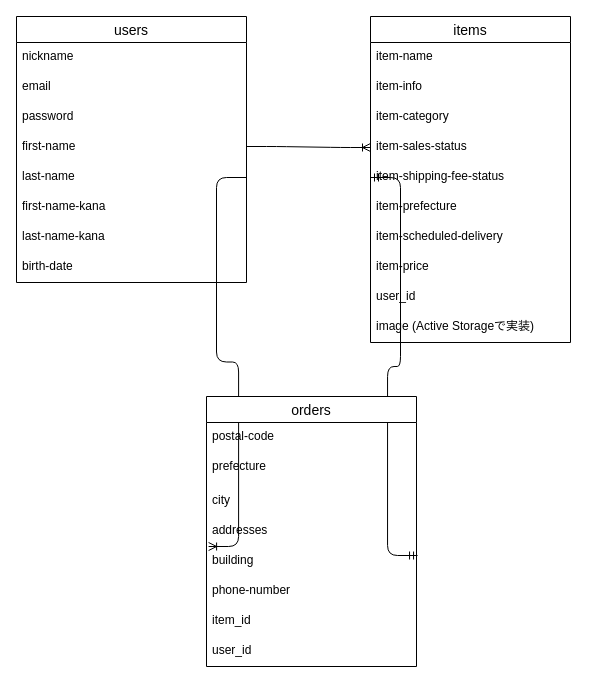
YTtech50/furima-30609 keeps this draw.io diagram as tables.dio. Above is the earlier version. Source tidied: cells renumbered, new cells numbered last; positions are measured from the earlier drawing's top-left corner, leaving out a move shared by most shapes. Both pictures are drawn from the tidied source at 100%, with x=0, y=0 at pixel (16, 16).
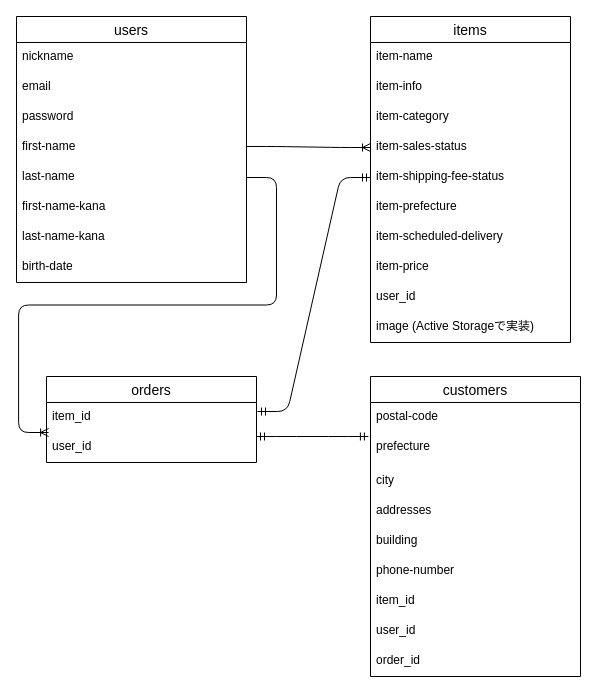
After the change.

Commit message (it also covers changes not shown here):
テーブル設計の修正

Unchanged cells that the change refers to:
```xml
<mxCell id="7" value="last-name" style="text;strokeColor=none;fillColor=none;spacingLeft=4;spacingRight=4;overflow=hidden;points=[[0,0.5],[1,0.5]];portConstraint=eastwest;fontSize=12;" parent="2" vertex="1">
  <mxGeometry y="146" width="230" height="30" as="geometry" />
</mxCell>
<mxCell id="16" value="item-shipping-fee-status" style="text;strokeColor=none;fillColor=none;spacingLeft=4;spacingRight=4;overflow=hidden;points=[[0,0.5],[1,0.5]];portConstraint=eastwest;fontSize=12;" parent="11" vertex="1">
  <mxGeometry y="146" width="200" height="30" as="geometry" />
</mxCell>
```

Change to the diagram source:
```diff
@@
-    <mxCell id="23" style="edgeStyle=entityRelationEdgeStyle;fontSize=12;html=1;endArrow=ERoneToMany;exitX=1;exitY=0.5;exitDx=0;exitDy=0;entryX=0.01;entryY=1;entryDx=0;entryDy=0;entryPerimeter=0;" parent="1" edge="1" source="7" target="29">
-      <mxGeometry relative="1" as="geometry" />
+    <mxCell id="23" style="edgeStyle=entityRelationEdgeStyle;fontSize=12;html=1;endArrow=ERoneToMany;exitX=1;exitY=0.5;exitDx=0;exitDy=0;entryX=0.01;entryY=1;entryDx=0;entryDy=0;entryPerimeter=0;" parent="1" edge="1" source="7">
+      <mxGeometry relative="1" as="geometry">
+        <mxPoint x="32.1" y="416" as="targetPoint" />
+      </mxGeometry>
     </mxCell>
-    <mxCell id="24" style="edgeStyle=entityRelationEdgeStyle;fontSize=12;html=1;endArrow=ERmandOne;startArrow=ERmandOne;entryX=0;entryY=0.5;entryDx=0;entryDy=0;exitX=1.005;exitY=0.3;exitDx=0;exitDy=0;exitPerimeter=0;" parent="1" edge="1" source="30" target="16">
-      <mxGeometry relative="1" as="geometry" />
+    <mxCell id="24" style="edgeStyle=entityRelationEdgeStyle;fontSize=12;html=1;endArrow=ERmandOne;startArrow=ERmandOne;entryX=0;entryY=0.5;entryDx=0;entryDy=0;exitX=1.005;exitY=0.3;exitDx=0;exitDy=0;exitPerimeter=0;" parent="1" edge="1" target="16">
+      <mxGeometry relative="1" as="geometry">
+        <mxPoint x="241" y="395" as="sourcePoint" />
+      </mxGeometry>
     </mxCell>
     <mxCell id="25" value="orders" style="swimlane;fontStyle=0;horizontal=1;startSize=26;align=center;fontSize=14;" parent="1" vertex="1">
-      <mxGeometry x="190" y="380" width="210" height="270" as="geometry" />
+      <mxGeometry x="30" y="360" width="210" height="86" as="geometry" />
     </mxCell>
+    <mxCell id="32" value="item_id" style="text;strokeColor=none;fillColor=none;spacingLeft=4;spacingRight=4;overflow=hidden;fontSize=12;" parent="25" vertex="1">
+      <mxGeometry y="26" width="210" height="30" as="geometry" />
+    </mxCell>
+    <mxCell id="33" value="user_id" style="text;strokeColor=none;fillColor=none;spacingLeft=4;spacingRight=4;overflow=hidden;fontSize=12;" parent="25" vertex="1">
+      <mxGeometry y="56" width="210" height="30" as="geometry" />
+    </mxCell>
+    <mxCell id="34" value="customers" style="swimlane;fontStyle=0;horizontal=1;startSize=26;align=center;fontSize=14;" parent="1" vertex="1">
+      <mxGeometry x="354" y="360" width="210" height="300" as="geometry" />
+    </mxCell>
-    <mxCell id="26" value="postal-code" style="text;strokeColor=none;fillColor=none;spacingLeft=4;spacingRight=4;overflow=hidden;fontSize=12;" parent="25" vertex="1">
+    <mxCell id="26" value="postal-code" style="text;strokeColor=none;fillColor=none;spacingLeft=4;spacingRight=4;overflow=hidden;fontSize=12;" parent="34" vertex="1">
       <mxGeometry y="26" width="210" height="30" as="geometry" />
     </mxCell>
-    <mxCell id="27" value="prefecture" style="text;strokeColor=none;fillColor=none;spacingLeft=4;spacingRight=4;overflow=hidden;points=[[0,0.5],[1,0.5]];portConstraint=eastwest;fontSize=12;" parent="25" vertex="1">
+    <mxCell id="27" value="prefecture" style="text;strokeColor=none;fillColor=none;spacingLeft=4;spacingRight=4;overflow=hidden;points=[[0,0.5],[1,0.5]];portConstraint=eastwest;fontSize=12;" parent="34" vertex="1">
       <mxGeometry y="56" width="210" height="34" as="geometry" />
     </mxCell>
-    <mxCell id="28" value="city" style="text;strokeColor=none;fillColor=none;spacingLeft=4;spacingRight=4;overflow=hidden;fontSize=12;" parent="25" vertex="1">
+    <mxCell id="28" value="city" style="text;strokeColor=none;fillColor=none;spacingLeft=4;spacingRight=4;overflow=hidden;fontSize=12;" parent="34" vertex="1">
       <mxGeometry y="90" width="210" height="30" as="geometry" />
     </mxCell>
-    <mxCell id="29" value="addresses" style="text;strokeColor=none;fillColor=none;spacingLeft=4;spacingRight=4;overflow=hidden;points=[[0,0.5],[1,0.5]];portConstraint=eastwest;fontSize=12;" parent="25" vertex="1">
+    <mxCell id="29" value="addresses" style="text;strokeColor=none;fillColor=none;spacingLeft=4;spacingRight=4;overflow=hidden;points=[[0,0.5],[1,0.5]];portConstraint=eastwest;fontSize=12;" parent="34" vertex="1">
       <mxGeometry y="120" width="210" height="30" as="geometry" />
     </mxCell>
-    <mxCell id="30" value="building" style="text;strokeColor=none;fillColor=none;spacingLeft=4;spacingRight=4;overflow=hidden;points=[[0,0.5],[1,0.5]];portConstraint=eastwest;fontSize=12;" parent="25" vertex="1">
+    <mxCell id="30" value="building" style="text;strokeColor=none;fillColor=none;spacingLeft=4;spacingRight=4;overflow=hidden;points=[[0,0.5],[1,0.5]];portConstraint=eastwest;fontSize=12;" parent="34" vertex="1">
       <mxGeometry y="150" width="210" height="30" as="geometry" />
     </mxCell>
-    <mxCell id="31" value="phone-number" style="text;strokeColor=none;fillColor=none;spacingLeft=4;spacingRight=4;overflow=hidden;fontSize=12;" parent="25" vertex="1">
+    <mxCell id="31" value="phone-number" style="text;strokeColor=none;fillColor=none;spacingLeft=4;spacingRight=4;overflow=hidden;fontSize=12;" parent="34" vertex="1">
       <mxGeometry y="180" width="210" height="30" as="geometry" />
     </mxCell>
-    <mxCell id="32" value="item_id" style="text;strokeColor=none;fillColor=none;spacingLeft=4;spacingRight=4;overflow=hidden;fontSize=12;" parent="25" vertex="1">
-      <mxGeometry y="210" width="210" height="30" as="geometry" />
-    </mxCell>
-    <mxCell id="33" value="user_id" style="text;strokeColor=none;fillColor=none;spacingLeft=4;spacingRight=4;overflow=hidden;fontSize=12;" parent="25" vertex="1">
-      <mxGeometry y="240" width="210" height="30" as="geometry" />
-    </mxCell>
+    <mxCell id="35" value="item_id" style="text;strokeColor=none;fillColor=none;spacingLeft=4;spacingRight=4;overflow=hidden;fontSize=12;" parent="34" vertex="1">
+      <mxGeometry y="210" width="210" height="30" as="geometry" />
+    </mxCell>
+    <mxCell id="36" value="user_id" style="text;strokeColor=none;fillColor=none;spacingLeft=4;spacingRight=4;overflow=hidden;fontSize=12;" parent="34" vertex="1">
+      <mxGeometry y="240" width="210" height="30" as="geometry" />
+    </mxCell>
+    <mxCell id="37" value="order_id" style="text;strokeColor=none;fillColor=none;spacingLeft=4;spacingRight=4;overflow=hidden;fontSize=12;" parent="34" vertex="1">
+      <mxGeometry y="270" width="210" height="30" as="geometry" />
+    </mxCell>
+    <mxCell id="38" style="edgeStyle=entityRelationEdgeStyle;fontSize=12;html=1;endArrow=ERmandOne;startArrow=ERmandOne;entryX=-0.01;entryY=0.118;entryDx=0;entryDy=0;entryPerimeter=0;" parent="1" edge="1" target="27">
+      <mxGeometry relative="1" as="geometry">
+        <mxPoint x="240" y="420" as="sourcePoint" />
+      </mxGeometry>
+    </mxCell>
```
